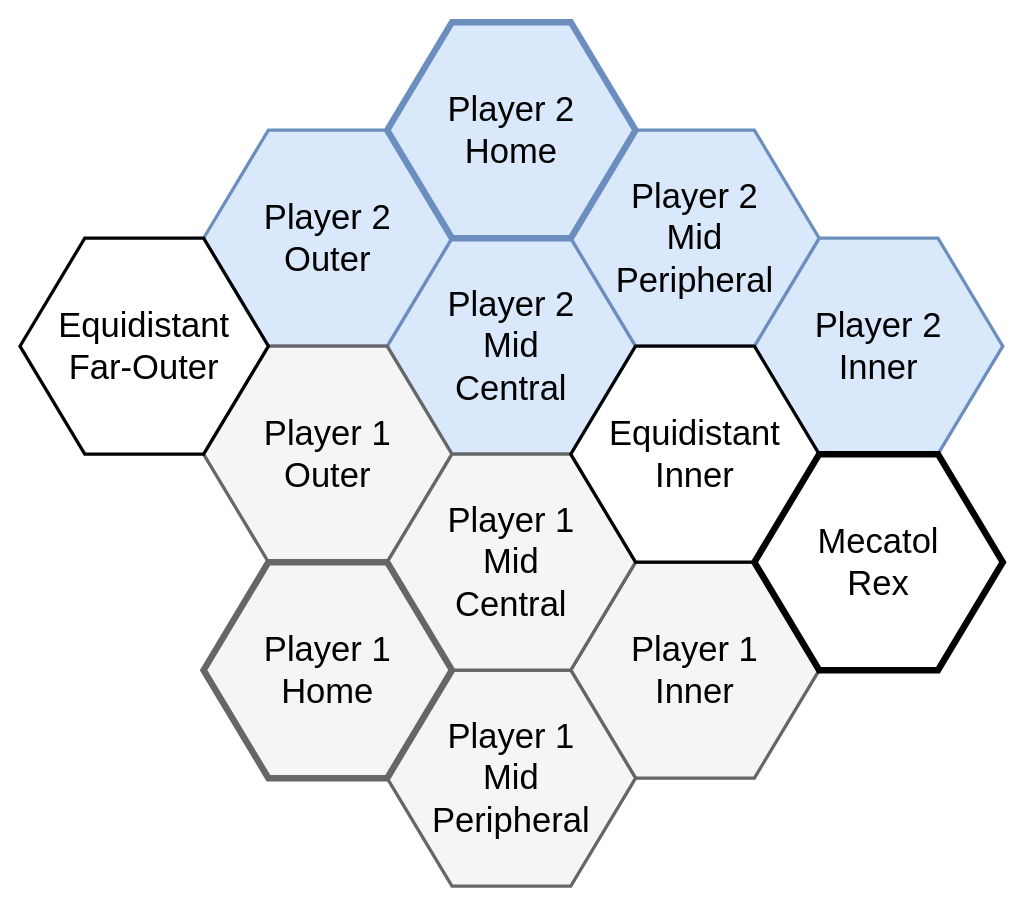
This is images/2_players.drawio from acodcha/ti4-cartographer, a draw.io file, before an edit. Source tidied: cells renumbered, new cells numbered last; positions are measured from the earlier drawing's top-left corner, leaving out a move shared by most shapes. Both pictures are drawn from the tidied source at 108%, with x=0, y=0 at pixel (19, 22).
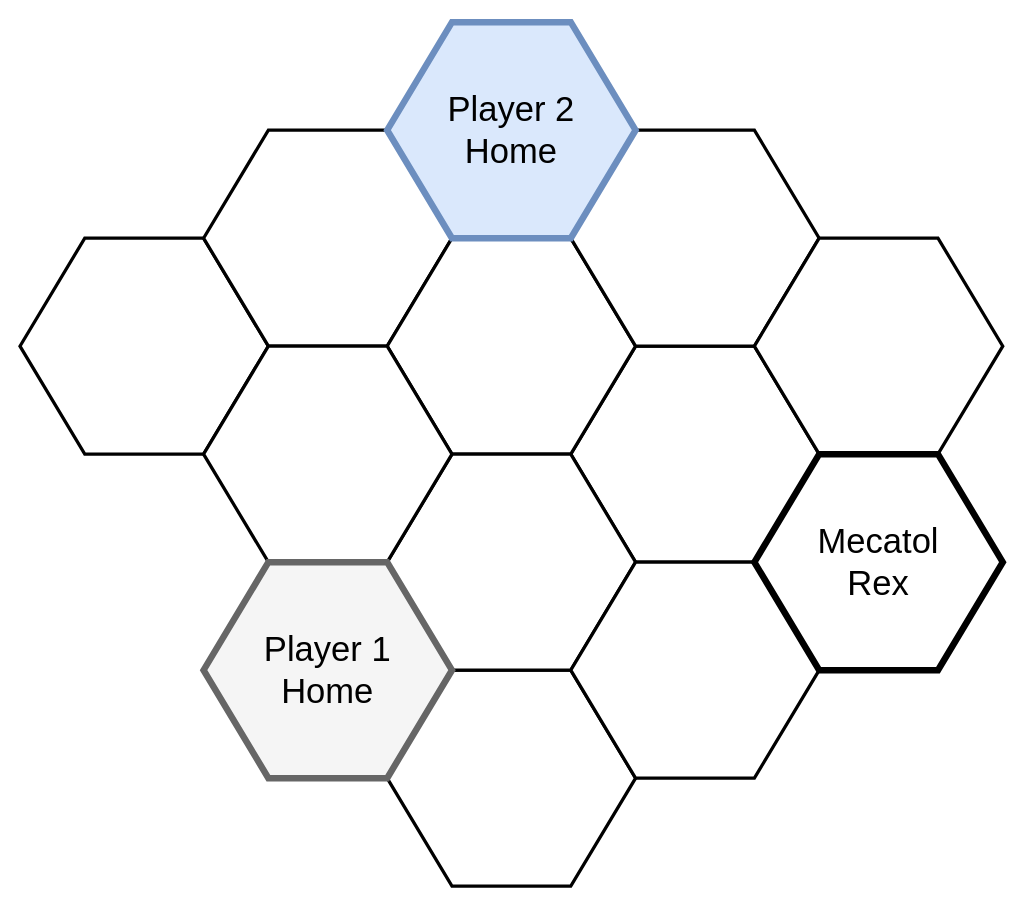
The same page after the edit.

Change to the diagram source:
```diff
@@
 <mxGraphModel>
   <root>
     <mxCell id="0" />
     <mxCell id="1" parent="0" />
-    <mxCell id="2" value="Player 1&lt;br style=&quot;font-size: 32px&quot;&gt;Inner" style="shape=hexagon;perimeter=hexagonPerimeter2;whiteSpace=wrap;html=1;fixedSize=1;size=60;fontSize=32;fontFamily=Helvetica;fillColor=#f5f5f5;strokeColor=#666666;strokeWidth=3;" parent="1" vertex="1">
-      <mxGeometry x="510" y="500" width="230" height="200" as="geometry" />
-    </mxCell>
-    <mxCell id="3" value="Player 2&lt;br style=&quot;font-size: 32px&quot;&gt;Inner" style="shape=hexagon;perimeter=hexagonPerimeter2;whiteSpace=wrap;html=1;fixedSize=1;size=60;fontSize=32;fontFamily=Helvetica;fillColor=#dae8fc;strokeColor=#6c8ebf;strokeWidth=3;" parent="1" vertex="1">
-      <mxGeometry x="680" y="200" width="230" height="200" as="geometry" />
-    </mxCell>
-    <mxCell id="4" value="Player 2&lt;br style=&quot;font-size: 32px&quot;&gt;Mid&lt;br style=&quot;font-size: 32px&quot;&gt;Central" style="shape=hexagon;perimeter=hexagonPerimeter2;whiteSpace=wrap;html=1;fixedSize=1;size=60;fontSize=32;fontFamily=Helvetica;fillColor=#dae8fc;strokeColor=#6c8ebf;strokeWidth=3;" parent="1" vertex="1">
-      <mxGeometry x="340" y="200" width="230" height="200" as="geometry" />
-    </mxCell>
-    <mxCell id="5" value="Player 2&lt;br style=&quot;font-size: 32px&quot;&gt;Mid&lt;br&gt;Peripheral" style="shape=hexagon;perimeter=hexagonPerimeter2;whiteSpace=wrap;html=1;fixedSize=1;size=60;fontSize=32;fontFamily=Helvetica;fillColor=#dae8fc;strokeColor=#6c8ebf;strokeWidth=3;" parent="1" vertex="1">
-      <mxGeometry x="510" y="100" width="230" height="200" as="geometry" />
-    </mxCell>
-    <mxCell id="6" value="Player 2&lt;br style=&quot;font-size: 32px&quot;&gt;Outer" style="shape=hexagon;perimeter=hexagonPerimeter2;whiteSpace=wrap;html=1;fixedSize=1;size=60;fontSize=32;fontFamily=Helvetica;fillColor=#dae8fc;strokeColor=#6c8ebf;strokeWidth=3;" parent="1" vertex="1">
-      <mxGeometry x="170" y="100" width="230" height="200" as="geometry" />
-    </mxCell>
-    <mxCell id="7" value="Player 1&lt;br style=&quot;font-size: 32px&quot;&gt;Outer" style="shape=hexagon;perimeter=hexagonPerimeter2;whiteSpace=wrap;html=1;fixedSize=1;size=60;fontSize=32;fontFamily=Helvetica;fillColor=#f5f5f5;strokeColor=#666666;strokeWidth=3;" parent="1" vertex="1">
-      <mxGeometry x="170" y="300" width="230" height="200" as="geometry" />
-    </mxCell>
-    <mxCell id="8" value="Player 1&lt;br style=&quot;font-size: 32px&quot;&gt;Mid&lt;br style=&quot;font-size: 32px&quot;&gt;Peripheral" style="shape=hexagon;perimeter=hexagonPerimeter2;whiteSpace=wrap;html=1;fixedSize=1;size=60;fontSize=32;fontFamily=Helvetica;fillColor=#f5f5f5;strokeColor=#666666;strokeWidth=3;" parent="1" vertex="1">
+    <mxCell id="8" style="shape=hexagon;perimeter=hexagonPerimeter2;whiteSpace=wrap;html=1;fixedSize=1;size=60;fontSize=32;fontFamily=Helvetica;strokeWidth=3;" parent="1" vertex="1">
       <mxGeometry x="340" y="600" width="230" height="200" as="geometry" />
     </mxCell>
-    <mxCell id="9" value="Player 1&lt;br style=&quot;font-size: 32px&quot;&gt;Mid&lt;br&gt;Central" style="shape=hexagon;perimeter=hexagonPerimeter2;whiteSpace=wrap;html=1;fixedSize=1;size=60;fontSize=32;fontFamily=Helvetica;fillColor=#f5f5f5;strokeColor=#666666;strokeWidth=3;" parent="1" vertex="1">
-      <mxGeometry x="340" y="400" width="230" height="200" as="geometry" />
-    </mxCell>
-    <mxCell id="10" value="Player 2&lt;br style=&quot;font-size: 32px;&quot;&gt;Home" style="shape=hexagon;perimeter=hexagonPerimeter2;whiteSpace=wrap;html=1;fixedSize=1;size=60;fontSize=32;fontFamily=Helvetica;fillColor=#dae8fc;strokeColor=#6c8ebf;strokeWidth=6;" parent="1" vertex="1">
-      <mxGeometry x="340" width="230" height="200" as="geometry" />
-    </mxCell>
-    <mxCell id="11" value="Player 1&lt;br style=&quot;font-size: 32px;&quot;&gt;Home" style="shape=hexagon;perimeter=hexagonPerimeter2;whiteSpace=wrap;html=1;fixedSize=1;size=60;fontSize=32;fontFamily=Helvetica;strokeWidth=6;fillColor=#f5f5f5;strokeColor=#666666;" parent="1" vertex="1">
-      <mxGeometry x="170" y="500" width="230" height="200" as="geometry" />
-    </mxCell>
-    <mxCell id="12" value="Equidistant&lt;br&gt;Far-Outer" style="shape=hexagon;perimeter=hexagonPerimeter2;whiteSpace=wrap;html=1;fixedSize=1;size=60;fontSize=32;fontFamily=Helvetica;strokeWidth=3;" parent="1" vertex="1">
+    <mxCell id="12" style="shape=hexagon;perimeter=hexagonPerimeter2;whiteSpace=wrap;html=1;fixedSize=1;size=60;fontSize=32;fontFamily=Helvetica;strokeWidth=3;" parent="1" vertex="1">
       <mxGeometry y="200" width="230" height="200" as="geometry" />
     </mxCell>
-    <mxCell id="13" value="Equidistant&lt;br style=&quot;font-size: 32px&quot;&gt;Inner" style="shape=hexagon;perimeter=hexagonPerimeter2;whiteSpace=wrap;html=1;fixedSize=1;size=60;fontSize=32;fontFamily=Helvetica;strokeWidth=3;" parent="1" vertex="1">
+    <mxCell id="13" style="shape=hexagon;perimeter=hexagonPerimeter2;whiteSpace=wrap;html=1;fixedSize=1;size=60;fontSize=32;fontFamily=Helvetica;strokeWidth=3;" parent="1" vertex="1">
       <mxGeometry x="510" y="300" width="230" height="200" as="geometry" />
     </mxCell>
+    <mxCell id="15" style="shape=hexagon;perimeter=hexagonPerimeter2;whiteSpace=wrap;html=1;fixedSize=1;size=60;fontSize=32;fontFamily=Helvetica;strokeWidth=3;" parent="1" vertex="1">
+      <mxGeometry x="170" y="100" width="230" height="200" as="geometry" />
+    </mxCell>
+    <mxCell id="16" style="shape=hexagon;perimeter=hexagonPerimeter2;whiteSpace=wrap;html=1;fixedSize=1;size=60;fontSize=32;fontFamily=Helvetica;strokeWidth=3;" parent="1" vertex="1">
+      <mxGeometry x="340" y="200" width="230" height="200" as="geometry" />
+    </mxCell>
+    <mxCell id="17" style="shape=hexagon;perimeter=hexagonPerimeter2;whiteSpace=wrap;html=1;fixedSize=1;size=60;fontSize=32;fontFamily=Helvetica;strokeWidth=3;" parent="1" vertex="1">
+      <mxGeometry x="510" y="100" width="230" height="200" as="geometry" />
+    </mxCell>
+    <mxCell id="18" style="shape=hexagon;perimeter=hexagonPerimeter2;whiteSpace=wrap;html=1;fixedSize=1;size=60;fontSize=32;fontFamily=Helvetica;strokeWidth=3;" parent="1" vertex="1">
+      <mxGeometry x="680" y="200" width="230" height="200" as="geometry" />
+    </mxCell>
+    <mxCell id="19" style="shape=hexagon;perimeter=hexagonPerimeter2;whiteSpace=wrap;html=1;fixedSize=1;size=60;fontSize=32;fontFamily=Helvetica;strokeWidth=3;" parent="1" vertex="1">
+      <mxGeometry x="340" y="400" width="230" height="200" as="geometry" />
+    </mxCell>
+    <mxCell id="20" style="shape=hexagon;perimeter=hexagonPerimeter2;whiteSpace=wrap;html=1;fixedSize=1;size=60;fontSize=32;fontFamily=Helvetica;strokeWidth=3;" parent="1" vertex="1">
+      <mxGeometry x="170" y="300" width="230" height="200" as="geometry" />
+    </mxCell>
+    <mxCell id="21" style="shape=hexagon;perimeter=hexagonPerimeter2;whiteSpace=wrap;html=1;fixedSize=1;size=60;fontSize=32;fontFamily=Helvetica;strokeWidth=3;" parent="1" vertex="1">
+      <mxGeometry x="510" y="500" width="230" height="200" as="geometry" />
+    </mxCell>
+    <mxCell id="10" value="Player 2&lt;br style=&quot;font-size: 32px;&quot;&gt;Home" style="shape=hexagon;perimeter=hexagonPerimeter2;whiteSpace=wrap;html=1;fixedSize=1;size=60;fontSize=32;fontFamily=Helvetica;fillColor=#dae8fc;strokeColor=#6c8ebf;strokeWidth=6;" parent="1" vertex="1">
+      <mxGeometry x="340" width="230" height="200" as="geometry" />
+    </mxCell>
     <mxCell id="14" value="Mecatol&lt;br style=&quot;font-size: 32px;&quot;&gt;Rex" style="shape=hexagon;perimeter=hexagonPerimeter2;whiteSpace=wrap;html=1;fixedSize=1;size=60;fontSize=32;fontFamily=Helvetica;strokeWidth=6;" parent="1" vertex="1">
       <mxGeometry x="680" y="400" width="230" height="200" as="geometry" />
     </mxCell>
+    <mxCell id="11" value="Player 1&lt;br style=&quot;font-size: 32px;&quot;&gt;Home" style="shape=hexagon;perimeter=hexagonPerimeter2;whiteSpace=wrap;html=1;fixedSize=1;size=60;fontSize=32;fontFamily=Helvetica;strokeWidth=6;fillColor=#f5f5f5;strokeColor=#666666;" parent="1" vertex="1">
+      <mxGeometry x="170" y="500" width="230" height="200" as="geometry" />
+    </mxCell>
   </root>
 </mxGraphModel>
```
